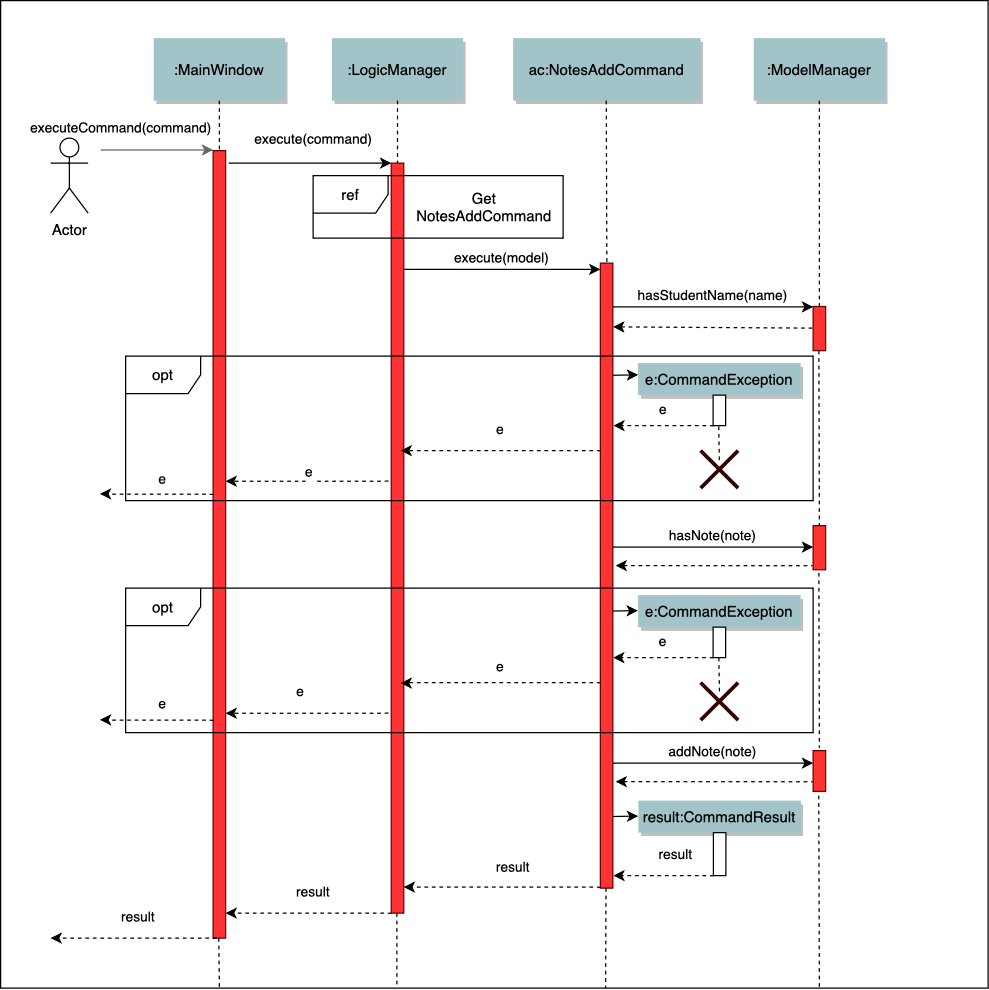
Before: docs/images/developerguide/notes/NotesAddSequence.png, a diagram exported from draw.io (tingalinga/main). Source tidied: cells renumbered, new cells last; positions are measured from the earlier drawing's top-left corner, leaving out a move shared by most shapes.
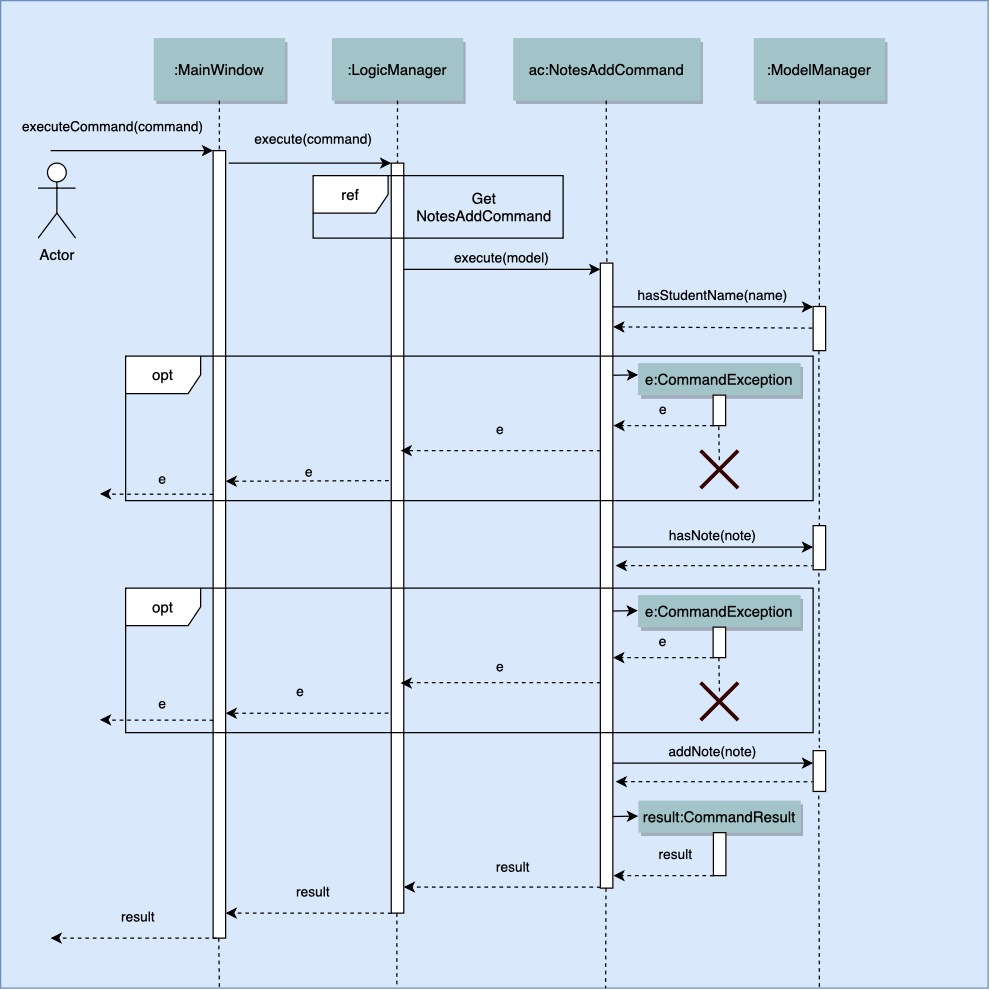
Above is the later version.

Change to the diagram source:
```diff
@@ -2,23 +2,16 @@
   <root>
     <mxCell id="0" />
     <mxCell id="1" parent="0" />
-    <mxCell id="2" parent="1" vertex="1">
+    <mxCell id="2" style="fillColor=#dae8fc;strokeColor=#6c8ebf;" parent="1" vertex="1">
       <mxGeometry width="790" height="790" as="geometry" />
     </mxCell>
-    <mxCell id="3" style="fillColor=#FF3333;strokeColor=#660000;" parent="1" vertex="1">
+    <mxCell id="3" style="fillColor=#FFFFFF;strokeColor=#0D0300;" parent="1" vertex="1">
       <mxGeometry x="170" y="120" width="10" height="630" as="geometry" />
     </mxCell>
-    <mxCell id="4" value="executeCommand(command)" style="edgeStyle=none;verticalLabelPosition=top;verticalAlign=bottom;labelPosition=left;align=right;labelBackgroundColor=#ffffff;html=1;fillColor=#f5f5f5;strokeColor=#666666;" parent="1" edge="1">
-      <mxGeometry as="geometry">
-        <mxPoint x="80" y="119.5" as="sourcePoint" />
-        <mxPoint x="170" y="119.5" as="targetPoint" />
-        <mxPoint x="45" y="-9" as="offset" />
-      </mxGeometry>
-    </mxCell>
     <mxCell id="5" value=":MainWindow" style="shadow=1;fillColor=#A2C4C9;strokeColor=none;" parent="1" vertex="1">
       <mxGeometry x="122.5" y="30" width="105" height="50" as="geometry" />
     </mxCell>
-    <mxCell id="6" style="fillColor=#FF3333;strokeColor=#660000;" parent="1" vertex="1">
+    <mxCell id="6" style="fillColor=#FFFFFF;strokeColor=#0D0300;" parent="1" vertex="1">
       <mxGeometry x="312.5" y="130" width="10" height="600" as="geometry" />
     </mxCell>
     <mxCell id="7" value=":LogicManager" style="shadow=1;fillColor=#A2C4C9;strokeColor=none;" parent="1" vertex="1">
@@ -27,7 +20,7 @@
     <mxCell id="8" style="edgeStyle=none;endArrow=none;dashed=1;" parent="1" edge="1" source="7" target="6">
       <mxGeometry x="272.3" y="165" as="geometry" />
     </mxCell>
-    <mxCell id="9" value="execute(command)" style="edgeStyle=none;verticalLabelPosition=top;verticalAlign=bottom;" parent="1" edge="1">
+    <mxCell id="9" value="execute(command)" style="edgeStyle=none;verticalLabelPosition=top;verticalAlign=bottom;labelBackgroundColor=none;" parent="1" edge="1">
       <mxGeometry as="geometry">
         <mxPoint x="182.5" y="130" as="sourcePoint" />
         <mxPoint x="312.5" y="130" as="targetPoint" />
@@ -37,17 +30,17 @@
     <mxCell id="10" value="ac:NotesAddCommand" style="shadow=1;fillColor=#A2C4C9;strokeColor=none;" parent="1" vertex="1">
       <mxGeometry x="410" y="30" width="150" height="50" as="geometry" />
     </mxCell>
-    <mxCell id="11" style="fillColor=#FF3333;strokeColor=#660000;" parent="1" vertex="1">
+    <mxCell id="11" style="fillColor=#FFFFFF;strokeColor=#0D0300;" parent="1" vertex="1">
       <mxGeometry x="479.8" y="210" width="10" height="500" as="geometry" />
     </mxCell>
-    <mxCell id="12" value="execute(model)" style="edgeStyle=elbowEdgeStyle;elbow=vertical;verticalLabelPosition=top;verticalAlign=bottom;" parent="1" edge="1" source="6" target="11">
+    <mxCell id="12" value="execute(model)" style="edgeStyle=elbowEdgeStyle;elbow=horizontal;verticalLabelPosition=top;verticalAlign=bottom;labelBackgroundColor=none;" parent="1" edge="1" source="6" target="11">
       <mxGeometry x="350" y="290" as="geometry">
         <Array as="points">
           <mxPoint x="410" y="215" />
         </Array>
       </mxGeometry>
     </mxCell>
-    <mxCell id="13" style="fillColor=#FF3333;strokeColor=#660000;" parent="1" vertex="1">
+    <mxCell id="13" style="fillColor=#FFFFFF;strokeColor=#0D0300;" parent="1" vertex="1">
       <mxGeometry x="650" y="244.7" width="10" height="35.3" as="geometry" />
     </mxCell>
     <mxCell id="14" value=":ModelManager" style="shadow=1;fillColor=#A2C4C9;strokeColor=none;" parent="1" vertex="1">
@@ -56,7 +49,7 @@
     <mxCell id="15" style="edgeStyle=none;endArrow=none;dashed=1;" parent="1" edge="1" source="14" target="13">
       <mxGeometry x="614.5" y="175" as="geometry" />
     </mxCell>
-    <mxCell id="16" value="hasStudentName(name)" style="edgeStyle=elbowEdgeStyle;elbow=vertical;verticalLabelPosition=top;verticalAlign=bottom;" parent="1" edge="1" source="11" target="13">
+    <mxCell id="16" value="hasStudentName(name)" style="edgeStyle=elbowEdgeStyle;elbow=vertical;verticalLabelPosition=top;verticalAlign=bottom;labelBackgroundColor=none;" parent="1" edge="1" source="11" target="13">
       <mxGeometry x="540" y="270" as="geometry">
         <Array as="points">
           <mxPoint x="500" y="245" />
@@ -67,8 +60,8 @@
     <mxCell id="17" style="edgeStyle=elbowEdgeStyle;elbow=horizontal;endArrow=none;dashed=1;" parent="1" edge="1" source="5" target="3">
       <mxGeometry x="230" y="310" as="geometry" />
     </mxCell>
-    <mxCell id="18" value="Actor" style="shape=umlActor;verticalLabelPosition=bottom;labelBackgroundColor=#ffffff;verticalAlign=top;html=1;" parent="1" vertex="1">
-      <mxGeometry x="40" y="110" width="30" height="60" as="geometry" />
+    <mxCell id="18" value="Actor" style="shape=umlActor;verticalLabelPosition=bottom;labelBackgroundColor=none;verticalAlign=top;html=1;" parent="1" vertex="1">
+      <mxGeometry x="30" y="130" width="30" height="60" as="geometry" />
     </mxCell>
     <mxCell id="19" value="ref" style="shape=umlFrame;whiteSpace=wrap;html=1;shadow=0;comic=0;labelBackgroundColor=#FFFFFF;fillColor=#FFFFFF;swimlaneFillColor=none;" parent="1" vertex="1">
       <mxGeometry x="250" y="140" width="200" height="50" as="geometry" />
@@ -81,7 +74,7 @@
         <mxPoint x="650" y="262" as="targetPoint" />
       </mxGeometry>
     </mxCell>
-    <mxCell id="22" value="Get NotesAddCommand" style="rounded=0;whiteSpace=wrap;html=1;shadow=0;comic=0;labelBackgroundColor=#FFFFFF;strokeColor=#000000;fillColor=none;opacity=0;" parent="1" vertex="1">
+    <mxCell id="22" value="Get NotesAddCommand" style="rounded=0;whiteSpace=wrap;html=1;shadow=0;comic=0;labelBackgroundColor=none;strokeColor=#000000;fillColor=none;opacity=0;" parent="1" vertex="1">
       <mxGeometry x="332.5" y="155" width="107.5" height="20" as="geometry" />
     </mxCell>
     <mxCell id="23" value="e:CommandException" style="shadow=1;fillColor=#A2C4C9;strokeColor=none;" parent="1" vertex="1">
@@ -94,10 +87,10 @@
         <mxPoint x="45" y="-9" as="offset" />
       </mxGeometry>
     </mxCell>
-    <mxCell id="25" parent="1" vertex="1">
+    <mxCell id="25" style="fillColor=#FFFFFF;strokeColor=#0D0300;fontColor=#ffffff;" parent="1" vertex="1">
       <mxGeometry x="570" y="315.6" width="10" height="24.4" as="geometry" />
     </mxCell>
-    <mxCell id="26" value="e" style="edgeStyle=elbowEdgeStyle;elbow=vertical;dashed=1;verticalLabelPosition=bottom;verticalAlign=top;" parent="1" edge="1">
+    <mxCell id="26" value="e" style="edgeStyle=elbowEdgeStyle;elbow=vertical;dashed=1;verticalLabelPosition=bottom;verticalAlign=top;labelBackgroundColor=none;" parent="1" edge="1">
       <mxGeometry as="geometry">
         <mxPoint x="479.8" y="360.4" as="sourcePoint" />
         <mxPoint x="320" y="360" as="targetPoint" />
@@ -107,7 +100,7 @@
         <mxPoint y="-30" as="offset" />
       </mxGeometry>
     </mxCell>
-    <mxCell id="27" value="e" style="edgeStyle=elbowEdgeStyle;elbow=vertical;dashed=1;verticalLabelPosition=bottom;verticalAlign=top;entryX=0.379;entryY=0.654;entryDx=0;entryDy=0;entryPerimeter=0;" parent="1" edge="1">
+    <mxCell id="27" value="e" style="edgeStyle=elbowEdgeStyle;elbow=horizontal;dashed=1;verticalLabelPosition=bottom;verticalAlign=top;entryX=0.379;entryY=0.654;entryDx=0;entryDy=0;entryPerimeter=0;labelBackgroundColor=none;" parent="1" edge="1">
       <mxGeometry x="-187" y="14.9" as="geometry">
         <mxPoint x="310" y="384" as="sourcePoint" />
         <mxPoint x="180" y="384.5" as="targetPoint" />
@@ -126,7 +119,7 @@
     <mxCell id="29" style="shape=umlDestroy;whiteSpace=wrap;html=1;strokeWidth=3;shadow=0;comic=0;labelBackgroundColor=#FFFFFF;fillColor=#d5e8d4;strokeColor=#330000;" parent="1" vertex="1">
       <mxGeometry x="560" y="360" width="30" height="30" as="geometry" />
     </mxCell>
-    <mxCell id="30" value="hasNote(note)" style="edgeStyle=elbowEdgeStyle;elbow=vertical;verticalLabelPosition=top;verticalAlign=bottom;" parent="1" edge="1">
+    <mxCell id="30" value="hasNote(note)" style="edgeStyle=elbowEdgeStyle;elbow=vertical;verticalLabelPosition=top;verticalAlign=bottom;labelBackgroundColor=none;" parent="1" edge="1">
       <mxGeometry x="540" y="462.2" as="geometry">
         <mxPoint x="489.8" y="437.2" as="sourcePoint" />
         <mxPoint x="650" y="437.2" as="targetPoint" />
@@ -148,10 +141,10 @@
     <mxCell id="33" value="e:CommandException" style="shadow=1;fillColor=#A2C4C9;strokeColor=none;" parent="1" vertex="1">
       <mxGeometry x="510" y="475.6" width="130" height="25.6" as="geometry" />
     </mxCell>
-    <mxCell id="34" parent="1" vertex="1">
+    <mxCell id="34" style="fillColor=#FFFFFF;strokeColor=#0D0300;" parent="1" vertex="1">
       <mxGeometry x="570" y="501.2" width="10" height="24.4" as="geometry" />
     </mxCell>
-    <mxCell id="35" value="e" style="edgeStyle=elbowEdgeStyle;elbow=vertical;dashed=1;verticalLabelPosition=bottom;verticalAlign=top;" parent="1" edge="1">
+    <mxCell id="35" value="e" style="edgeStyle=elbowEdgeStyle;elbow=vertical;dashed=1;verticalLabelPosition=bottom;verticalAlign=top;labelBackgroundColor=none;" parent="1" edge="1">
       <mxGeometry as="geometry">
         <mxPoint x="570" y="526.1" as="sourcePoint" />
         <mxPoint x="490" y="525.6" as="targetPoint" />
@@ -161,7 +154,7 @@
         <mxPoint y="-26" as="offset" />
       </mxGeometry>
     </mxCell>
-    <mxCell id="36" value="e" style="edgeStyle=elbowEdgeStyle;elbow=vertical;dashed=1;verticalLabelPosition=bottom;verticalAlign=top;" parent="1" edge="1">
+    <mxCell id="36" value="e" style="edgeStyle=elbowEdgeStyle;elbow=vertical;dashed=1;verticalLabelPosition=bottom;verticalAlign=top;labelBackgroundColor=none;" parent="1" edge="1">
       <mxGeometry as="geometry">
         <mxPoint x="479.8" y="546.1" as="sourcePoint" />
         <mxPoint x="320" y="546" as="targetPoint" />
@@ -171,7 +164,7 @@
         <mxPoint y="-26" as="offset" />
       </mxGeometry>
     </mxCell>
-    <mxCell id="37" value="e" style="edgeStyle=elbowEdgeStyle;elbow=vertical;dashed=1;verticalLabelPosition=bottom;verticalAlign=top;entryX=0.379;entryY=0.654;entryDx=0;entryDy=0;entryPerimeter=0;" parent="1" edge="1">
+    <mxCell id="37" value="e" style="edgeStyle=elbowEdgeStyle;elbow=vertical;dashed=1;verticalLabelPosition=bottom;verticalAlign=top;entryX=0.379;entryY=0.654;entryDx=0;entryDy=0;entryPerimeter=0;labelBackgroundColor=none;" parent="1" edge="1">
       <mxGeometry as="geometry">
         <mxPoint x="310" y="569.6" as="sourcePoint" />
         <mxPoint x="180" y="570.1" as="targetPoint" />
@@ -181,7 +174,7 @@
         <mxPoint x="-5" y="-30" as="offset" />
       </mxGeometry>
     </mxCell>
-    <mxCell id="38" value="e" style="edgeStyle=elbowEdgeStyle;elbow=vertical;dashed=1;verticalLabelPosition=bottom;verticalAlign=top;entryX=0.051;entryY=0.506;entryDx=0;entryDy=0;entryPerimeter=0;" parent="1" edge="1">
+    <mxCell id="38" value="e" style="edgeStyle=elbowEdgeStyle;elbow=vertical;dashed=1;verticalLabelPosition=bottom;verticalAlign=top;entryX=0.051;entryY=0.506;entryDx=0;entryDy=0;entryPerimeter=0;labelBackgroundColor=none;" parent="1" edge="1">
       <mxGeometry as="geometry">
         <mxPoint x="170" y="576.1" as="sourcePoint" />
         <mxPoint x="79.4" y="575.4" as="targetPoint" />
@@ -200,7 +193,7 @@
         <mxPoint x="575.1" y="555" as="targetPoint" />
       </mxGeometry>
     </mxCell>
-    <mxCell id="41" value="addNote(note)" style="edgeStyle=elbowEdgeStyle;elbow=vertical;verticalLabelPosition=top;verticalAlign=bottom;" parent="1" edge="1">
+    <mxCell id="41" value="addNote(note)" style="edgeStyle=elbowEdgeStyle;elbow=vertical;verticalLabelPosition=top;verticalAlign=bottom;labelBackgroundColor=none;" parent="1" edge="1">
       <mxGeometry x="540" y="635" as="geometry">
         <mxPoint x="489.8" y="610" as="sourcePoint" />
         <mxPoint x="650" y="610" as="targetPoint" />
@@ -226,10 +219,10 @@
     <mxCell id="44" value="result:CommandResult" style="shadow=1;fillColor=#A2C4C9;strokeColor=none;" parent="1" vertex="1">
       <mxGeometry x="510.2" y="640" width="130" height="25.6" as="geometry" />
     </mxCell>
-    <mxCell id="45" parent="1" vertex="1">
+    <mxCell id="45" style="fillColor=#FFFFFF;strokeColor=#0D0300;" parent="1" vertex="1">
       <mxGeometry x="570.2" y="665.6" width="10" height="34.4" as="geometry" />
     </mxCell>
-    <mxCell id="46" value="result" style="edgeStyle=elbowEdgeStyle;elbow=vertical;dashed=1;verticalLabelPosition=bottom;verticalAlign=top;" parent="1" edge="1">
+    <mxCell id="46" value="result" style="edgeStyle=elbowEdgeStyle;elbow=vertical;dashed=1;verticalLabelPosition=bottom;verticalAlign=top;labelBackgroundColor=none;" parent="1" edge="1">
       <mxGeometry as="geometry">
         <mxPoint x="570.2" y="700.4" as="sourcePoint" />
         <mxPoint x="490.2" y="700" as="targetPoint" />
@@ -246,7 +239,7 @@
         <mxPoint x="45" y="-9" as="offset" />
       </mxGeometry>
     </mxCell>
-    <mxCell id="48" value="result" style="edgeStyle=elbowEdgeStyle;elbow=vertical;dashed=1;verticalLabelPosition=bottom;verticalAlign=top;" parent="1" edge="1" target="6">
+    <mxCell id="48" value="result" style="edgeStyle=elbowEdgeStyle;elbow=vertical;dashed=1;verticalLabelPosition=bottom;verticalAlign=top;labelBackgroundColor=none;" parent="1" edge="1" target="6">
       <mxGeometry as="geometry">
         <mxPoint x="479.8" y="709.6" as="sourcePoint" />
         <Array as="points">
@@ -255,7 +248,7 @@
         <mxPoint x="9" y="-29" as="offset" />
       </mxGeometry>
     </mxCell>
-    <mxCell id="49" value="result" style="edgeStyle=elbowEdgeStyle;elbow=vertical;dashed=1;verticalLabelPosition=bottom;verticalAlign=top;" parent="1" edge="1">
+    <mxCell id="49" value="result" style="edgeStyle=elbowEdgeStyle;elbow=vertical;dashed=1;verticalLabelPosition=bottom;verticalAlign=top;labelBackgroundColor=none;" parent="1" edge="1">
       <mxGeometry as="geometry">
         <mxPoint x="312.5" y="730.4" as="sourcePoint" />
         <mxPoint x="180" y="730" as="targetPoint" />
@@ -265,7 +258,7 @@
         <mxPoint x="4" y="-30" as="offset" />
       </mxGeometry>
     </mxCell>
-    <mxCell id="50" value="result" style="edgeStyle=elbowEdgeStyle;elbow=vertical;dashed=1;verticalLabelPosition=bottom;verticalAlign=top;" parent="1" edge="1">
+    <mxCell id="50" value="result" style="edgeStyle=elbowEdgeStyle;elbow=vertical;dashed=1;verticalLabelPosition=bottom;verticalAlign=top;labelBackgroundColor=none;" parent="1" edge="1">
       <mxGeometry as="geometry">
         <mxPoint x="172.5" y="750.4" as="sourcePoint" />
         <mxPoint x="40" y="750" as="targetPoint" />
@@ -305,10 +298,10 @@
         <mxPoint x="175" y="790" as="targetPoint" />
       </mxGeometry>
     </mxCell>
-    <mxCell id="56" style="fillColor=#FF3333;strokeColor=#660000;" parent="1" vertex="1">
+    <mxCell id="56" style="fillColor=#FFFFFF;strokeColor=#0D0300;" parent="1" vertex="1">
       <mxGeometry x="650" y="600" width="10" height="32.6" as="geometry" />
     </mxCell>
-    <mxCell id="57" style="fillColor=#FF3333;strokeColor=#660000;" parent="1" vertex="1">
+    <mxCell id="57" style="fillColor=#FFFFFF;strokeColor=#0D0300;" parent="1" vertex="1">
       <mxGeometry x="650" y="420" width="10" height="35.3" as="geometry" />
     </mxCell>
     <mxCell id="58" style="edgeStyle=none;endArrow=none;dashed=1;" parent="1" edge="1">
@@ -323,7 +316,7 @@
         <mxPoint x="655" y="597.8" as="targetPoint" />
       </mxGeometry>
     </mxCell>
-    <mxCell id="60" value="e" style="edgeStyle=elbowEdgeStyle;elbow=vertical;dashed=1;verticalLabelPosition=bottom;verticalAlign=top;entryX=0.051;entryY=0.506;entryDx=0;entryDy=0;entryPerimeter=0;" parent="1" edge="1">
+    <mxCell id="60" value="e" style="edgeStyle=elbowEdgeStyle;elbow=vertical;dashed=1;verticalLabelPosition=bottom;verticalAlign=top;entryX=0.051;entryY=0.506;entryDx=0;entryDy=0;entryPerimeter=0;labelBackgroundColor=none;" parent="1" edge="1">
       <mxGeometry as="geometry">
         <mxPoint x="170" y="395.3" as="sourcePoint" />
         <mxPoint x="79.4" y="394.6" as="targetPoint" />
@@ -333,7 +326,7 @@
         <mxPoint x="5" y="-25" as="offset" />
       </mxGeometry>
     </mxCell>
-    <mxCell id="61" value="e" style="edgeStyle=elbowEdgeStyle;elbow=vertical;dashed=1;verticalLabelPosition=bottom;verticalAlign=top;" parent="1" edge="1">
+    <mxCell id="61" value="e" style="edgeStyle=elbowEdgeStyle;elbow=vertical;dashed=1;verticalLabelPosition=bottom;verticalAlign=top;labelBackgroundColor=none;" parent="1" edge="1">
       <mxGeometry x="0.2" y="-185.6" as="geometry">
         <mxPoint x="570.2" y="340.4" as="sourcePoint" />
         <mxPoint x="490.2" y="340" as="targetPoint" />
@@ -343,5 +336,12 @@
         <mxPoint y="-26" as="offset" />
       </mxGeometry>
     </mxCell>
+    <mxCell id="4" value="executeCommand(command)" style="edgeStyle=none;verticalLabelPosition=top;verticalAlign=bottom;labelBackgroundColor=none;" parent="1" edge="1">
+      <mxGeometry as="geometry">
+        <mxPoint x="40" y="120" as="sourcePoint" />
+        <mxPoint x="170" y="120" as="targetPoint" />
+        <mxPoint x="-15" y="-10" as="offset" />
+      </mxGeometry>
+    </mxCell>
   </root>
 </mxGraphModel>
```
